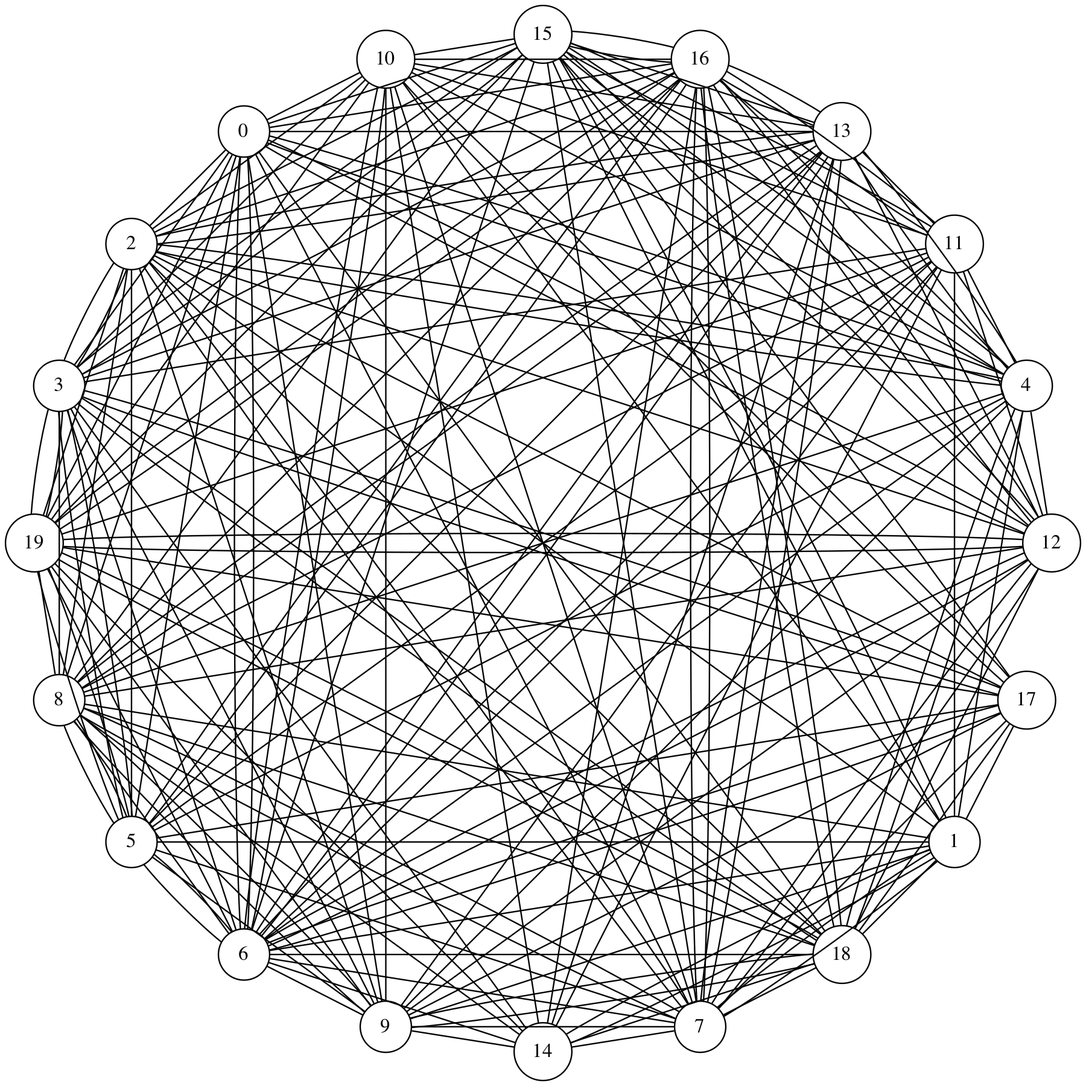
The Graphviz diagram graphs-networks/c-networks/graphviz/20_node_matrix_graph_2.png in mickey-is-codin/data-structures, before a commit. Its source is kept beside it as graphs-networks/c-networks/graphviz/20_node_matrix_graph_2.dot.
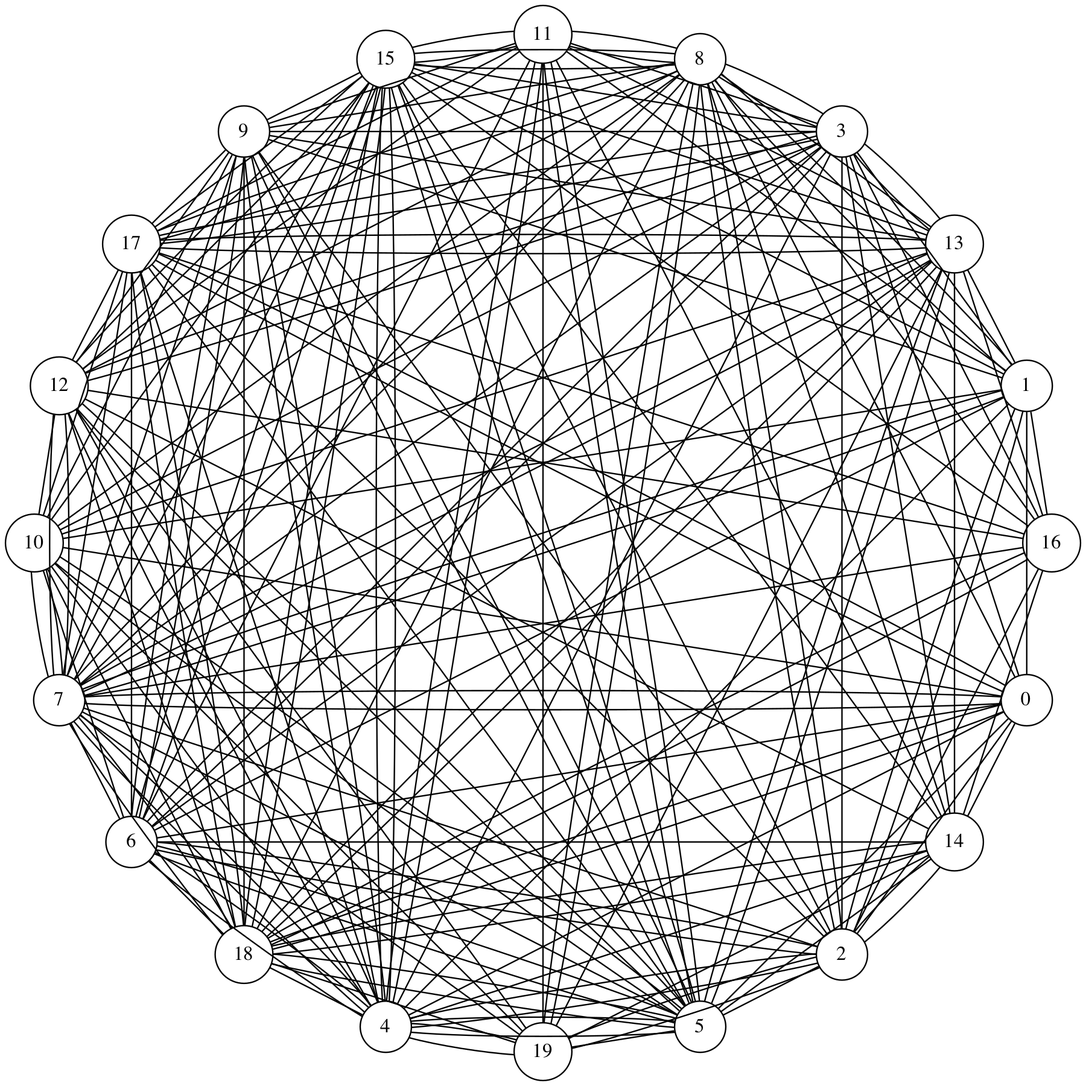
The same diagram one commit later.

Commit message:
regenerated last figure

Change to the diagram source:
```diff
@@ -4,194 +4,201 @@
 	size="6,6";
 	rankdir="LR";
 
+	0 -- 1
 	0 -- 2
 	0 -- 3
 	0 -- 4
-	0 -- 4
 	0 -- 5
 	0 -- 6
-	0 -- 6
+	0 -- 7
 	0 -- 7
 	0 -- 8
-	0 -- 9
 	0 -- 10
-	0 -- 12
-	0 -- 12
-	0 -- 13
-	0 -- 15
-	0 -- 16
+	0 -- 14
+	0 -- 17
+	0 -- 17
 	0 -- 18
-	0 -- 19
+	0 -- 18
 	1 -- 2
+	1 -- 2
+	1 -- 3
 	1 -- 4
-	1 -- 5
 	1 -- 6
 	1 -- 7
 	1 -- 7
 	1 -- 8
+	1 -- 8
 	1 -- 9
 	1 -- 10
 	1 -- 11
-	1 -- 14
-	1 -- 14
+	1 -- 13
 	1 -- 15
-	1 -- 15
-	1 -- 17
-	1 -- 18
-	2 -- 3
+	1 -- 16
 	2 -- 3
 	2 -- 4
 	2 -- 4
 	2 -- 5
-	2 -- 7
+	2 -- 6
+	2 -- 6
 	2 -- 7
 	2 -- 8
+	2 -- 8
 	2 -- 9
-	2 -- 10
-	2 -- 12
-	2 -- 13
-	2 -- 13
+	2 -- 14
+	2 -- 14
 	2 -- 15
 	2 -- 16
 	2 -- 17
-	2 -- 18
 	2 -- 19
-	3 -- 5
-	3 -- 5
+	2 -- 19
+	3 -- 4
 	3 -- 6
+	3 -- 6
+	3 -- 7
+	3 -- 8
 	3 -- 8
 	3 -- 9
 	3 -- 10
 	3 -- 11
+	3 -- 12
+	3 -- 12
+	3 -- 13
 	3 -- 13
 	3 -- 14
-	3 -- 15
 	3 -- 15
 	3 -- 16
 	3 -- 17
 	3 -- 17
-	3 -- 18
-	3 -- 18
-	3 -- 19
-	3 -- 19
+	4 -- 5
 	4 -- 5
 	4 -- 6
-	4 -- 8
+	4 -- 6
+	4 -- 7
+	4 -- 7
+	4 -- 9
 	4 -- 9
 	4 -- 10
 	4 -- 11
+	4 -- 11
 	4 -- 12
-	4 -- 13
-	4 -- 13
+	4 -- 12
+	4 -- 14
 	4 -- 15
 	4 -- 15
-	4 -- 16
+	4 -- 17
 	4 -- 18
-	4 -- 18
+	4 -- 19
+	4 -- 19
 	5 -- 6
 	5 -- 6
 	5 -- 7
-	5 -- 8
-	5 -- 8
 	5 -- 9
+	5 -- 9
+	5 -- 10
+	5 -- 10
 	5 -- 11
+	5 -- 11
+	5 -- 12
+	5 -- 12
 	5 -- 13
-	5 -- 16
-	5 -- 16
+	5 -- 13
+	5 -- 14
+	5 -- 15
+	5 -- 15
 	5 -- 17
-	5 -- 19
+	5 -- 18
+	5 -- 18
 	5 -- 19
 	6 -- 7
-	6 -- 8
+	6 -- 9
 	6 -- 9
 	6 -- 10
-	6 -- 10
 	6 -- 11
-	6 -- 11
-	6 -- 12
-	6 -- 12
-	6 -- 13
 	6 -- 13
 	6 -- 14
 	6 -- 15
-	6 -- 17
+	6 -- 15
 	6 -- 17
 	6 -- 18
-	6 -- 19
 	7 -- 8
 	7 -- 8
 	7 -- 9
+	7 -- 10
 	7 -- 10
 	7 -- 12
 	7 -- 12
 	7 -- 13
 	7 -- 13
-	7 -- 14
 	7 -- 15
-	7 -- 16
+	7 -- 15
 	7 -- 16
 	7 -- 17
 	7 -- 18
+	7 -- 18
+	7 -- 19
 	8 -- 9
-	8 -- 9
+	8 -- 10
+	8 -- 11
 	8 -- 11
 	8 -- 12
 	8 -- 13
-	8 -- 13
 	8 -- 14
 	8 -- 15
+	8 -- 15
 	8 -- 16
+	8 -- 17
+	8 -- 17
 	8 -- 18
+	8 -- 19
 	8 -- 19
 	9 -- 10
 	9 -- 11
 	9 -- 12
-	9 -- 14
+	9 -- 13
+	9 -- 15
 	9 -- 17
 	9 -- 18
-	9 -- 18
-	9 -- 19
-	10 -- 11
+	10 -- 12
 	10 -- 13
-	10 -- 14
 	10 -- 15
-	10 -- 16
 	10 -- 17
-	10 -- 17
+	10 -- 18
 	10 -- 19
 	11 -- 12
 	11 -- 13
 	11 -- 14
 	11 -- 15
 	11 -- 15
-	11 -- 16
-	11 -- 16
+	11 -- 17
 	11 -- 19
-	12 -- 13
+	12 -- 14
 	12 -- 15
 	12 -- 15
 	12 -- 16
-	12 -- 16
+	12 -- 17
 	12 -- 18
-	12 -- 19
 	12 -- 19
 	13 -- 14
 	13 -- 15
 	13 -- 16
-	13 -- 16
+	13 -- 17
+	13 -- 17
+	13 -- 18
+	13 -- 18
+	13 -- 19
+	14 -- 15
 	14 -- 16
+	14 -- 18
 	14 -- 18
 	14 -- 19
 	15 -- 16
-	15 -- 16
 	15 -- 17
-	15 -- 19
+	15 -- 18
+	15 -- 18
+	16 -- 17
 	16 -- 18
 	16 -- 18
-	16 -- 19
-	16 -- 19
 	17 -- 18
-	17 -- 19
-	18 -- 19
+	17 -- 18
 	18 -- 19
 }
```
